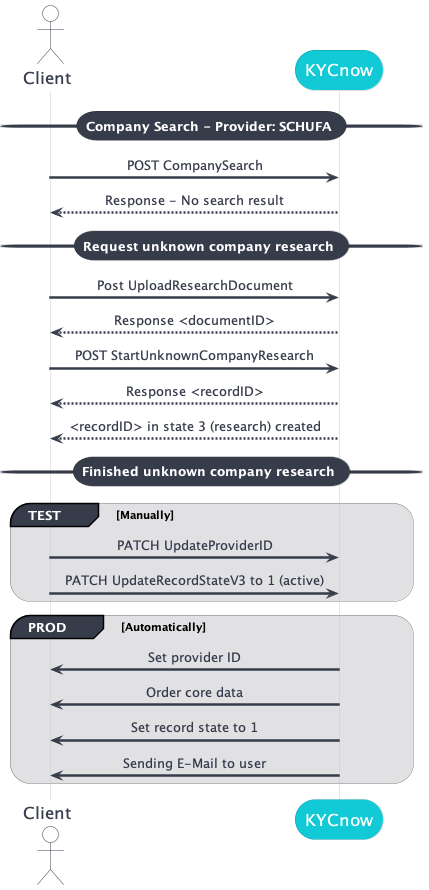
This is assets/api-v3/research.png from Clarilab/kycnow-v3-docs, a PlantUML export, as it was before one commit.
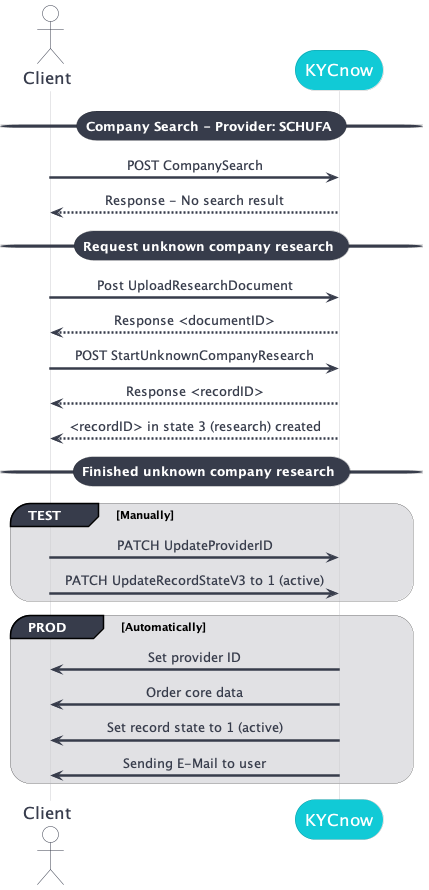
The same diagram one commit later.

Diff of the diagram source:
```diff
@@ -20,7 +20,7 @@
 group PROD [Automatically]
 KYCnow -> Client: Set provider ID
 KYCnow -> Client: Order core data
-KYCnow -> Client: Set record state to 1
+KYCnow -> Client: Set record state to 1 (active)
 KYCnow -> Client: Sending E-Mail to user
 end
 @enduml
```
